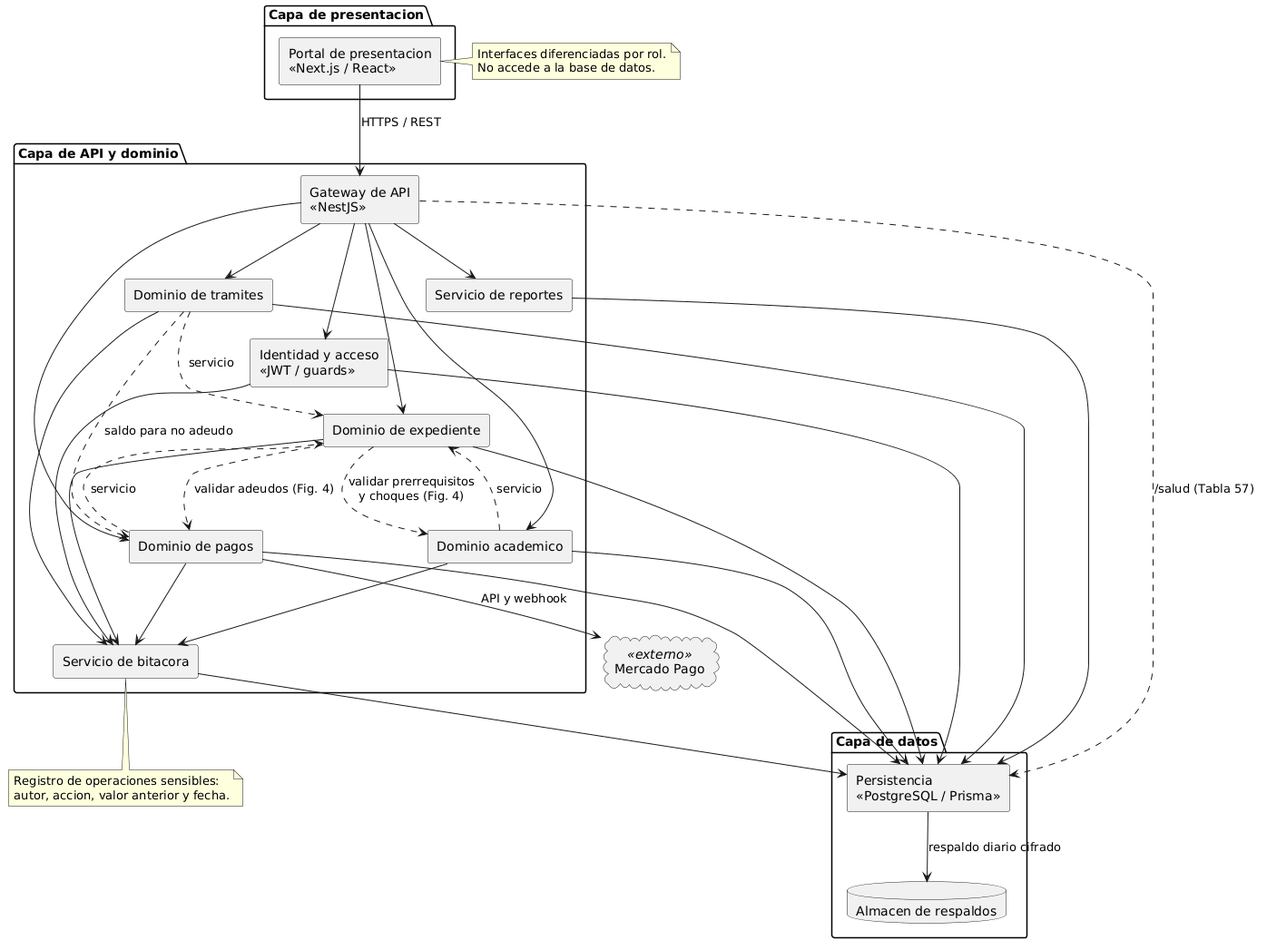
This is docs/arquitectura/render/fig02-componentes.png from fjmp-dev/sce-control-escolar, a PlantUML export, as it was before one commit.
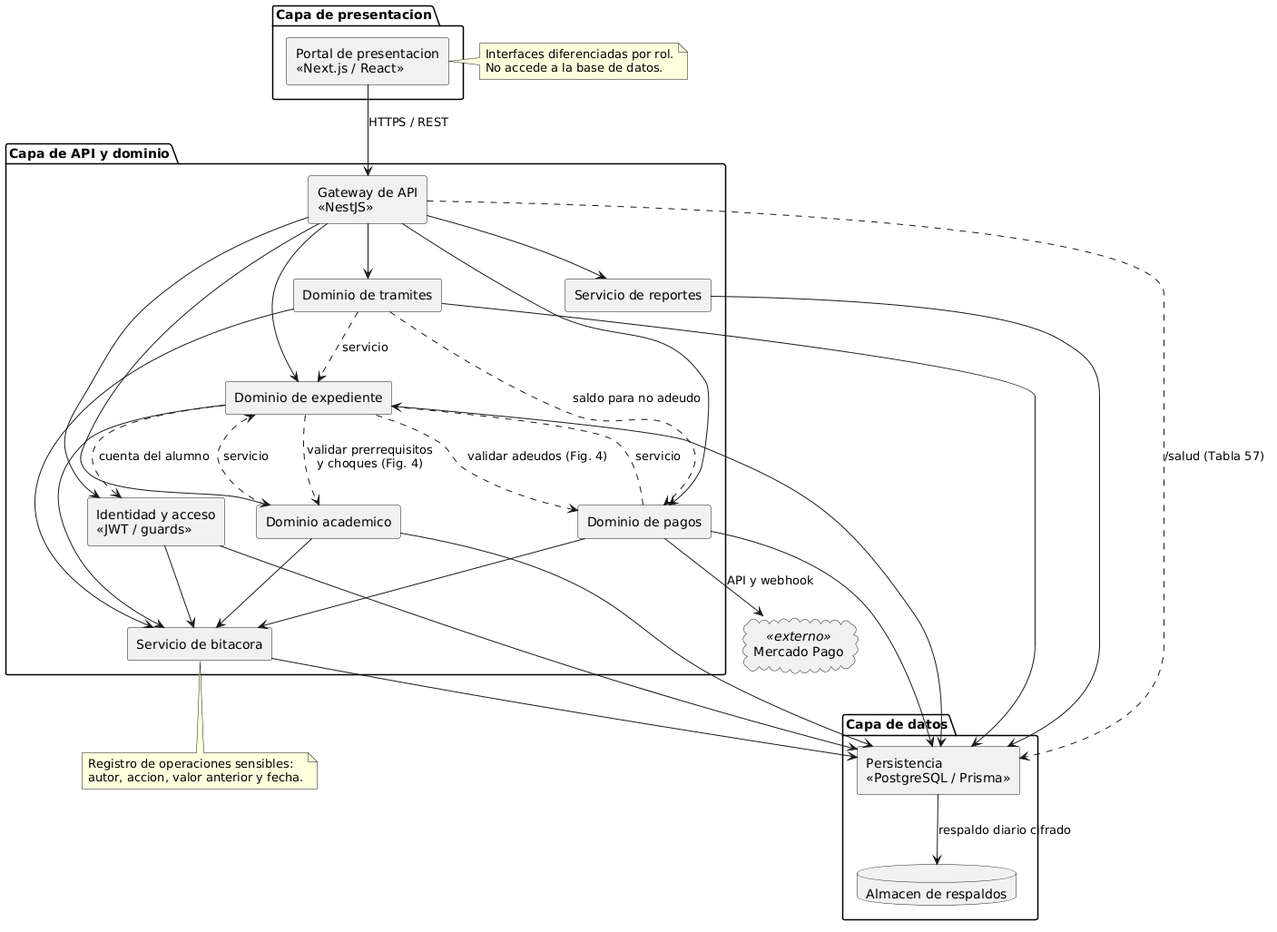
Later version of the same file.

What changed in the source:
```diff
@@ -57,6 +57,7 @@
 DTRA ..> DPAG : saldo para no adeudo
 IAM --> SBIT
 GW ..> PERS : /salud (Tabla 57)
+DEXP ..> IAM : cuenta del alumno
 
 note right of PORTAL
   Interfaces diferenciadas por rol.
```
